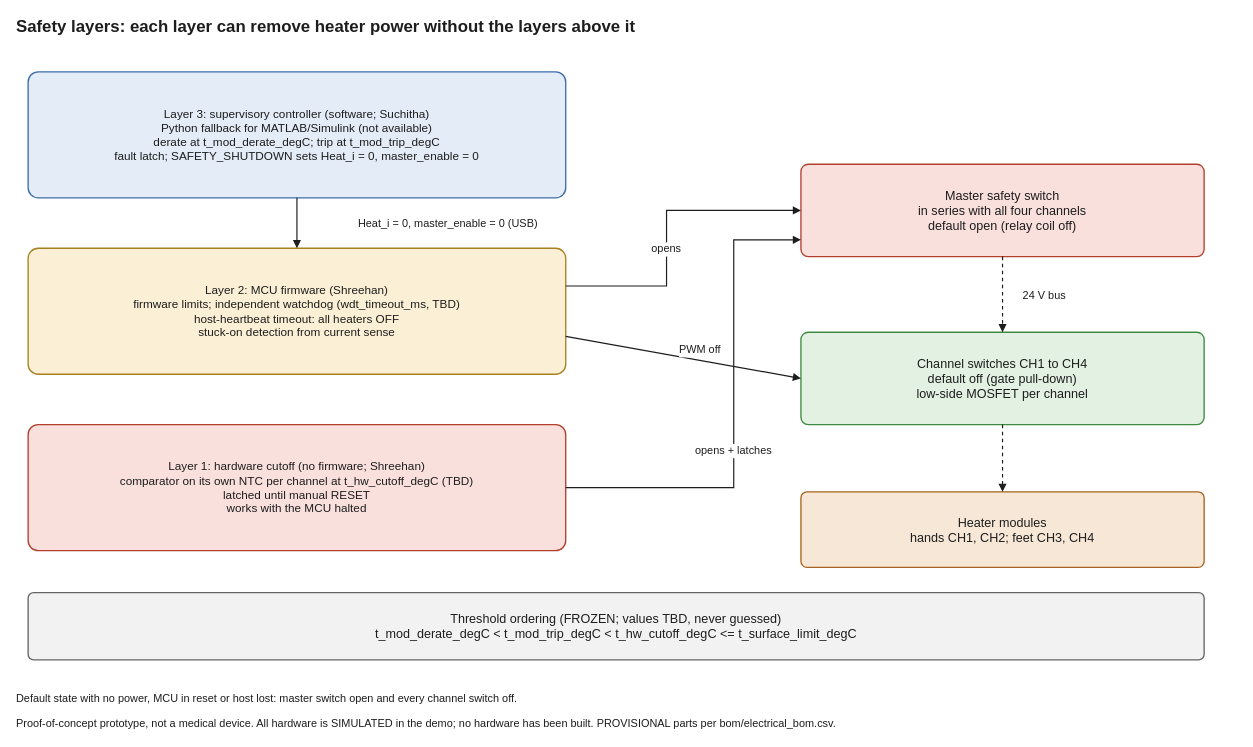
shreehannayak/neram-thermal-digital-twin keeps this draw.io diagram as hardware/diagrams/safety_layers.drawio. Above is the earlier version. Source tidied: cells renumbered, new cells numbered last; positions are measured from the earlier drawing's top-left corner, leaving out a move shared by most shapes. Both pictures are drawn from the tidied source at 84%, with x=0, y=0 at pixel (14, 14).
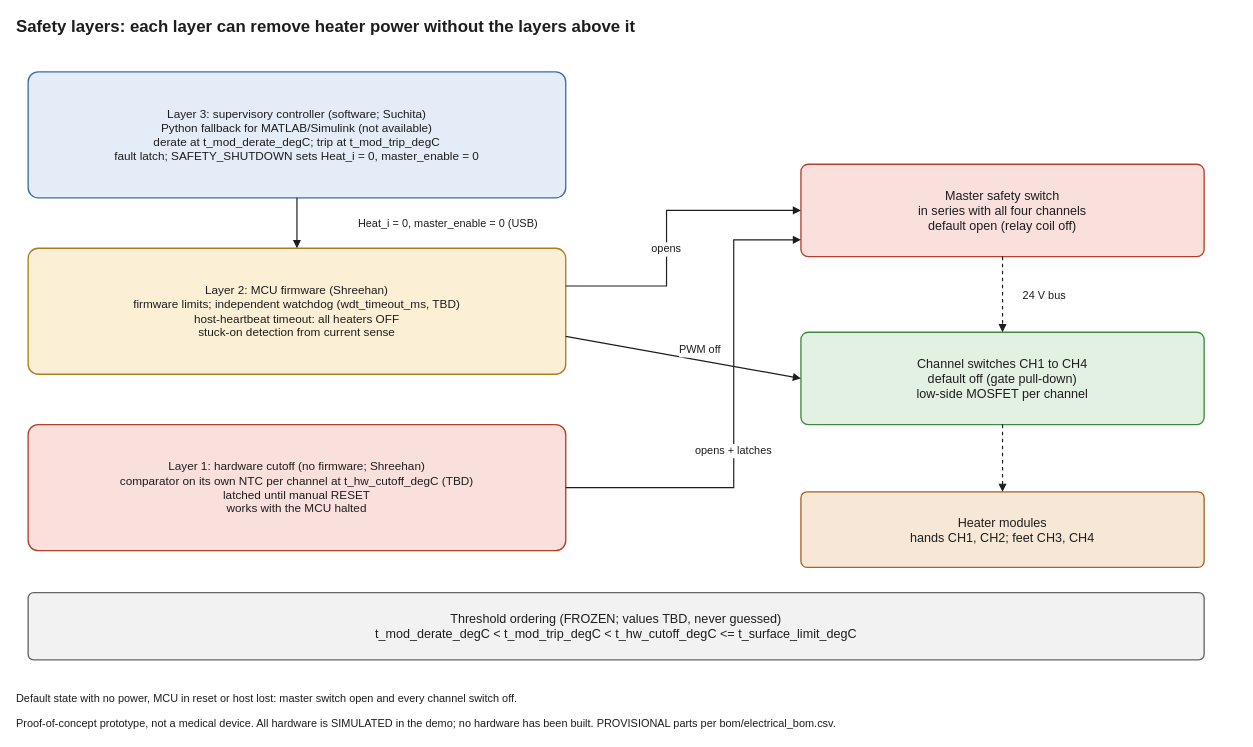
The same page after the edit.

Change to the diagram source:
```diff
@@
-    <mxCell id="2" value="Layer 3: supervisory controller (software; Suchitha)&#10;Python fallback for MATLAB/Simulink (not available)&#10;derate at t_mod_derate_degC; trip at t_mod_trip_degC&#10;fault latch; SAFETY_SHUTDOWN sets Heat_i = 0, master_enable = 0" style="rounded=1;arcSize=8;whiteSpace=wrap;html=0;fillColor=#e3ecf7;strokeColor=#3d6da8;strokeWidth=1.6;fontColor=#1d1d1d;fontSize=14;" parent="1" vertex="1">
+    <mxCell id="2" value="Layer 3: supervisory controller (software; Suchita)&#10;Python fallback for MATLAB/Simulink (not available)&#10;derate at t_mod_derate_degC; trip at t_mod_trip_degC&#10;fault latch; SAFETY_SHUTDOWN sets Heat_i = 0, master_enable = 0" style="rounded=1;arcSize=8;whiteSpace=wrap;html=0;fillColor=#e3ecf7;strokeColor=#3d6da8;strokeWidth=1.6;fontColor=#1d1d1d;fontSize=14;" parent="1" vertex="1">
       <mxGeometry x="16" y="68" width="640" height="150" as="geometry" />
     </mxCell>
```
